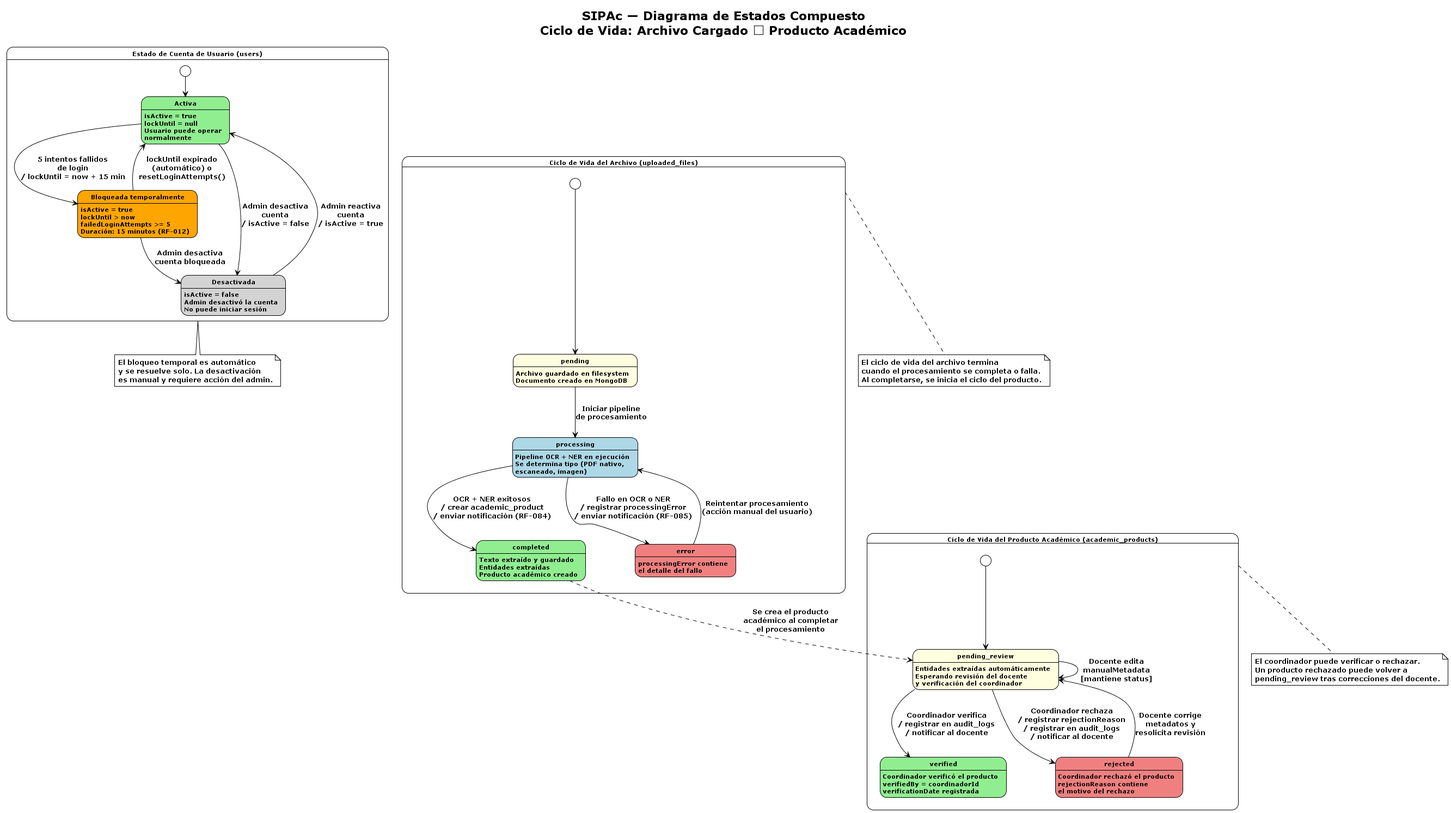
Before: docs/analisis-diseno/diagramas/renders/05-estados-ciclo-vida.png, a diagram exported from PlantUML (KarloZ7715/SIPAc).
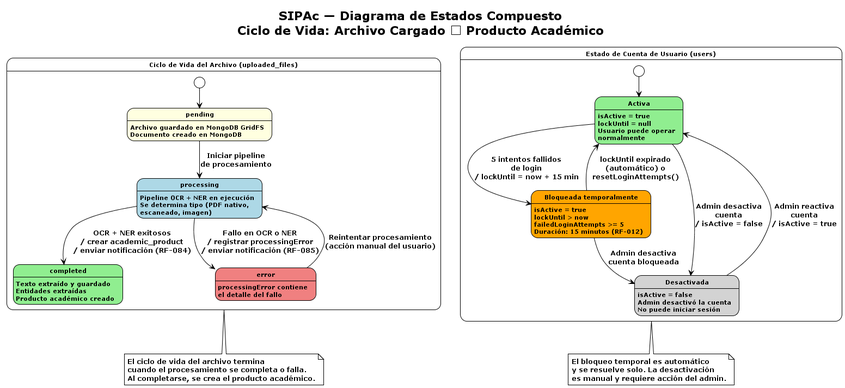
Later version of the same file.

Change to the diagram source:
```diff
@@ -11,7 +11,7 @@
   [*] --> Pending
 
   state "pending" as Pending #LightYellow {
-    Pending : Archivo guardado en filesystem
+    Pending : Archivo guardado en MongoDB GridFS
     Pending : Documento creado en MongoDB
   }
 
@@ -36,36 +36,6 @@
   Processing --> Completed : OCR + NER exitosos\n/ crear academic_product\n/ enviar notificación (RF-084)
   Processing --> ErrorState : Fallo en OCR o NER\n/ registrar processingError\n/ enviar notificación (RF-085)
   ErrorState --> Processing : Reintentar procesamiento\n(acción manual del usuario)
-
-}
-
-
-state "Ciclo de Vida del Producto Académico (academic_products)" as ProductStates {
-
-  [*] --> PendingReview
-
-  state "pending_review" as PendingReview #LightYellow {
-    PendingReview : Entidades extraídas automáticamente
-    PendingReview : Esperando revisión del docente
-    PendingReview : y verificación del coordinador
-  }
-
-  state "verified" as Verified #LightGreen {
-    Verified : Coordinador verificó el producto
-    Verified : verifiedBy = coordinadorId
-    Verified : verificationDate registrada
-  }
-
-  state "rejected" as Rejected #LightCoral {
-    Rejected : Coordinador rechazó el producto
-    Rejected : rejectionReason contiene
-    Rejected : el motivo del rechazo
-  }
-
-  PendingReview --> PendingReview : Docente edita\nmanualMetadata\n[mantiene status]
-  PendingReview --> Verified : Coordinador verifica\n/ registrar en audit_logs\n/ notificar al docente
-  PendingReview --> Rejected : Coordinador rechaza\n/ registrar rejectionReason\n/ registrar en audit_logs\n/ notificar al docente
-  Rejected --> PendingReview : Docente corrige\nmetadatos y\nresolicita revisión
 
 }
 
@@ -103,18 +73,10 @@
 }
 
 
-Completed -[dashed]-> PendingReview : Se crea el producto\nacadémico al completar\nel procesamiento
-
 note bottom of FileStates
   El ciclo de vida del archivo termina
   cuando el procesamiento se completa o falla.
-  Al completarse, se inicia el ciclo del producto.
-end note
-
-note bottom of ProductStates
-  El coordinador puede verificar o rechazar.
-  Un producto rechazado puede volver a
-  pending_review tras correcciones del docente.
+  Al completarse, se crea el producto académico.
 end note
 
 note bottom of UserStates
```
